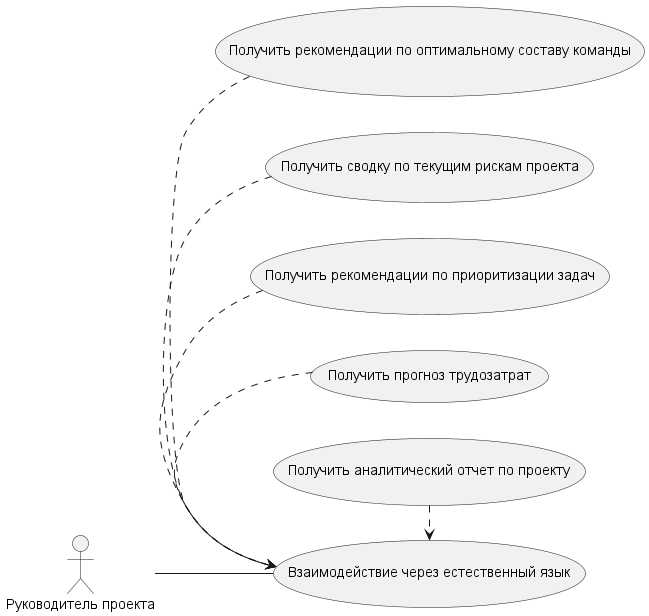
This is out/documentation/uml/rukovoditel_use_case/a.png from Igordeveloperr/Yandex-tracker-MCP, a PlantUML export, as it was before one commit. The source it was exported from:
```plantuml
@startuml a
left to right direction

actor "Руководитель проекта" as PM


usecase "Получить рекомендации по оптимальному составу команды" as UC1
usecase "Получить сводку по текущим рискам проекта" as UC2
usecase "Получить рекомендации по приоритизации задач" as UC3
usecase "Получить прогноз трудозатрат" as UC4
usecase "Получить аналитический отчет по проекту" as UC5
usecase "Взаимодействие через естественный язык" as UC6


PM -- UC6
UC1 .> UC6
UC2 .> UC6
UC3 .> UC6
UC4 .> UC6
UC5 .> UC6

@enduml
```
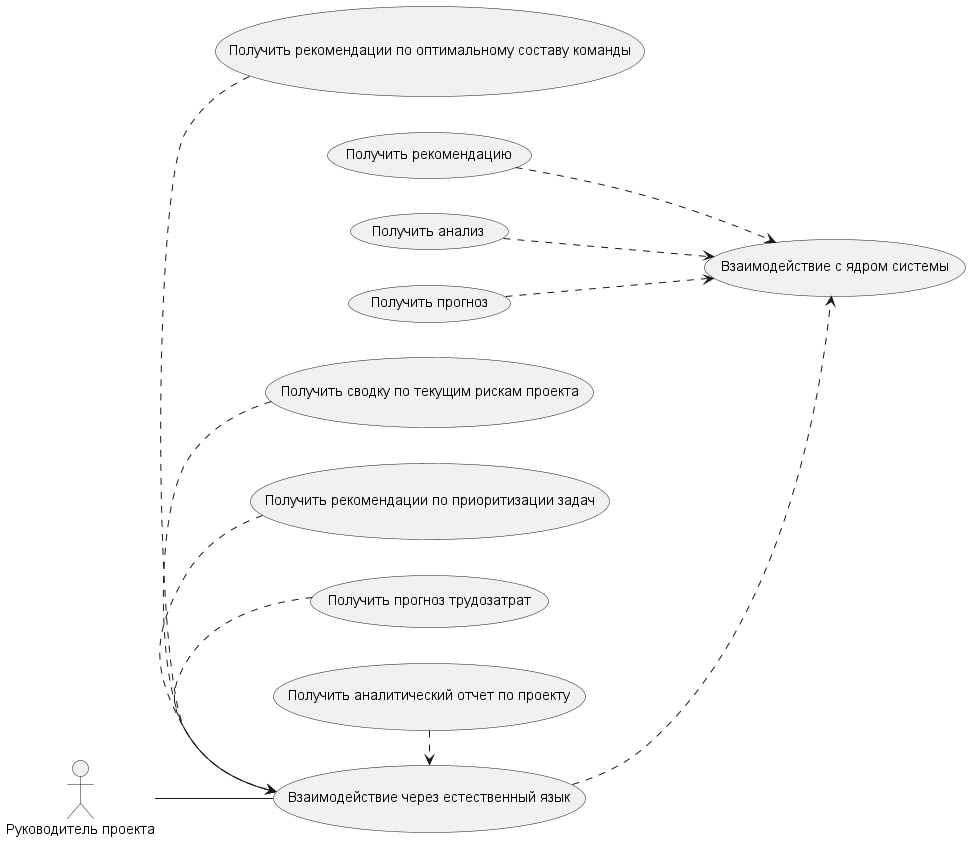
The same file after the commit.

Diff of the diagram source:
```diff
@@ -10,9 +10,17 @@
 usecase "Получить прогноз трудозатрат" as UC4
 usecase "Получить аналитический отчет по проекту" as UC5
 usecase "Взаимодействие через естественный язык" as UC6
+usecase "Взаимодействие с ядром системы" as idro
+usecase "Получить рекомендацию" as rek
+usecase "Получить анализ" as analiz
+usecase "Получить прогноз" as prognoz
 
 
 PM -- UC6
+UC6 ..> idro
+rek ..> idro
+analiz ..> idro
+prognoz ..> idro
 UC1 .> UC6
 UC2 .> UC6
 UC3 .> UC6
```
